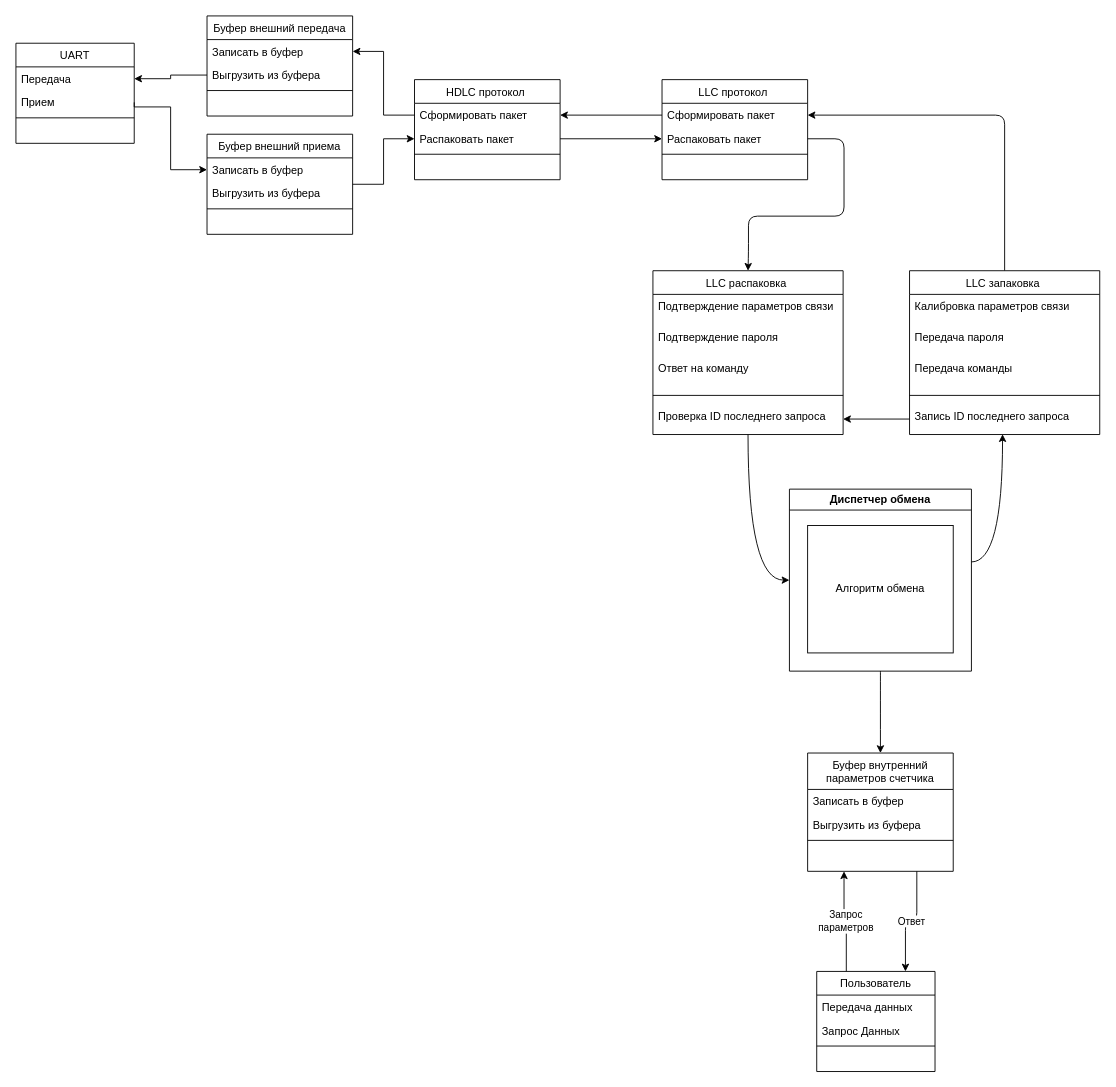
The draw.io diagram Диаграмма Связи.drawio in NE2217/HDLC_STM32, before the edit. Source tidied: cells renumbered, new cells numbered last; positions are measured from the earlier drawing's top-left corner, leaving out a move shared by most shapes. Both pictures are drawn from the tidied source at 91%, with x=0, y=0 at pixel (15, 15).
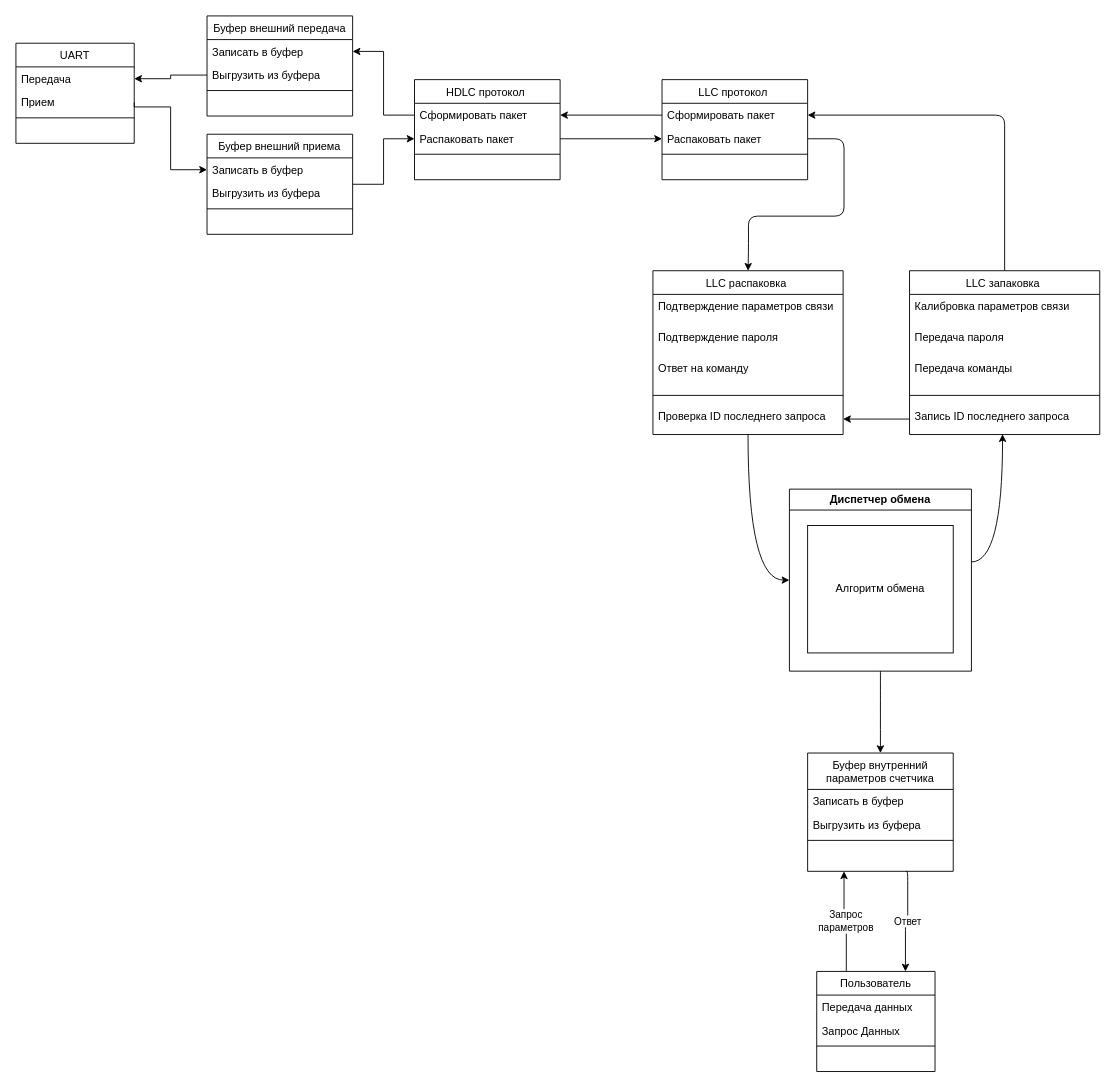
The same page after the edit.

Unchanged cells that the change refers to:
```xml
<mxCell id="37" value="Буфер внутренний &#10;параметров счетчика" style="swimlane;fontStyle=0;align=center;verticalAlign=top;horizontal=1;startSize=40;rounded=0;shadow=0;strokeWidth=1;" parent="1" vertex="1">
  <mxGeometry x="870" y="810" width="160" height="130" as="geometry" />
</mxCell>
<mxCell id="42" value="Пользователь" style="swimlane;fontStyle=0;align=center;verticalAlign=top;horizontal=1;startSize=26;rounded=0;shadow=0;strokeWidth=1;" parent="1" vertex="1">
  <mxGeometry x="880" y="1050" width="130" height="110" as="geometry" />
</mxCell>
```

The edit, as a diff of the source:
```diff
@@
-    <mxCell id="53" value="Ответ" style="edgeStyle=orthogonalEdgeStyle;rounded=1;jettySize=auto;html=1;exitX=0.75;exitY=1;exitDx=0;exitDy=0;entryX=0.75;entryY=0;entryDx=0;entryDy=0;" parent="1" edge="1" source="37" target="42">
-      <mxGeometry relative="1" as="geometry" />
+    <mxCell id="53" value="Ответ" style="edgeStyle=orthogonalEdgeStyle;rounded=1;jettySize=auto;html=1;entryX=0.75;entryY=0;entryDx=0;entryDy=0;" parent="1" edge="1" target="42">
+      <mxGeometry relative="1" as="geometry">
+        <mxPoint x="978" y="940" as="sourcePoint" />
+        <Array as="points">
+          <mxPoint x="980" y="940" />
+          <mxPoint x="980" y="995" />
+          <mxPoint x="977" y="995" />
+        </Array>
+      </mxGeometry>
     </mxCell>
```
